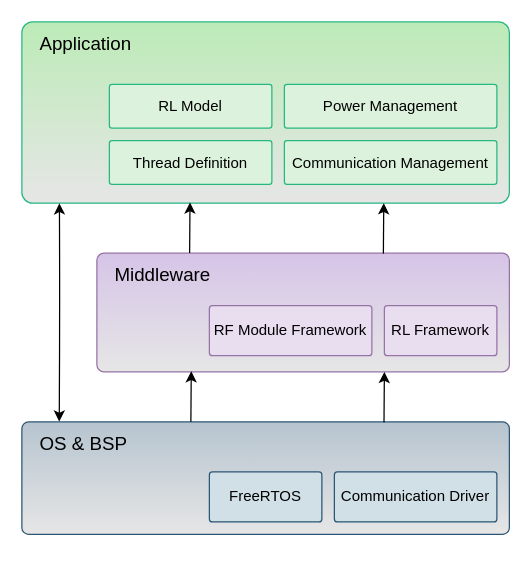
This is page "SW" (3 of 3) of 2. Analysis/4. Software Architecture/software_architecture.drawio from esrg-silent-howl/zephyrus, a draw.io file, before an edit. Source tidied: cells renumbered, new cells numbered last; positions are measured from the earlier drawing's top-left corner, leaving out a move shared by most shapes. Both pictures are drawn from the tidied source at 125%, with x=0, y=0 at pixel (21, 21).
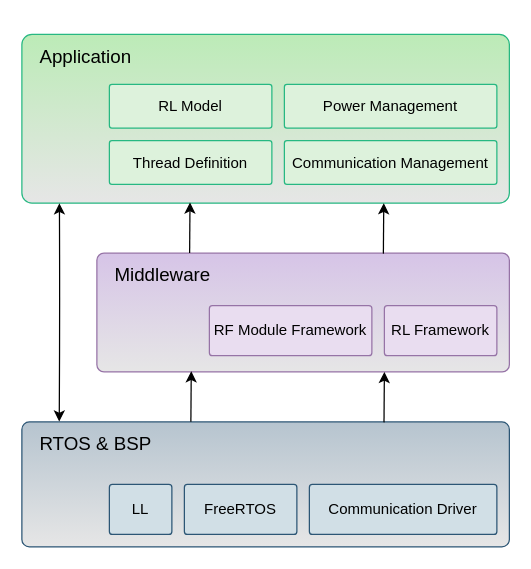
Above is the later version.

Change to the diagram source:
```diff
@@
     <mxCell id="2" value="&amp;nbsp; &amp;nbsp;Application" style="rounded=1;whiteSpace=wrap;html=1;align=left;verticalAlign=top;arcSize=6;fontSize=15;spacingTop=2;fillColor=#BCEBB7;strokeColor=#27B882;gradientColor=#E6E6E6;gradientDirection=south;" parent="1" vertex="1">
-      <mxGeometry width="390" height="145" as="geometry" />
+      <mxGeometry y="10" width="390" height="135" as="geometry" />
     </mxCell>
@@
-    <mxCell id="4" value="&amp;nbsp; &amp;nbsp;OS &amp;amp; BSP" style="rounded=1;whiteSpace=wrap;html=1;align=left;verticalAlign=top;arcSize=6;fontSize=15;strokeColor=#2C5675;spacingTop=2;fillColor=#B6C4CF;gradientColor=#E6E6E6;gradientDirection=south;" parent="1" vertex="1">
-      <mxGeometry y="320" width="390" height="90" as="geometry" />
+    <mxCell id="4" value="&amp;nbsp; &amp;nbsp;RTOS &amp;amp; BSP" style="rounded=1;whiteSpace=wrap;html=1;align=left;verticalAlign=top;arcSize=6;fontSize=15;strokeColor=#2C5675;spacingTop=2;fillColor=#B6C4CF;gradientColor=#E6E6E6;gradientDirection=south;" parent="1" vertex="1">
+      <mxGeometry y="320" width="390" height="100" as="geometry" />
     </mxCell>
     <mxCell id="5" value="Communication Driver" style="rounded=1;whiteSpace=wrap;html=1;align=center;verticalAlign=middle;arcSize=6;strokeColor=#2C5675;fillColor=#D1DFE6;" parent="1" vertex="1">
-      <mxGeometry x="250" y="360" width="130" height="40" as="geometry" />
+      <mxGeometry x="230" y="370" width="150" height="40" as="geometry" />
     </mxCell>
     <mxCell id="6" value="FreeRTOS" style="rounded=1;whiteSpace=wrap;html=1;align=center;verticalAlign=middle;arcSize=6;strokeColor=#2C5675;fillColor=#D1DFE6;" parent="1" vertex="1">
-      <mxGeometry x="150" y="360" width="90" height="40" as="geometry" />
+      <mxGeometry x="130" y="370" width="90" height="40" as="geometry" />
     </mxCell>
@@
+    <mxCell id="18" value="LL" style="rounded=1;whiteSpace=wrap;html=1;align=center;verticalAlign=middle;arcSize=6;strokeColor=#2C5675;fillColor=#D1DFE6;" parent="1" vertex="1">
+      <mxGeometry x="70" y="370" width="50" height="40" as="geometry" />
+    </mxCell>
```
